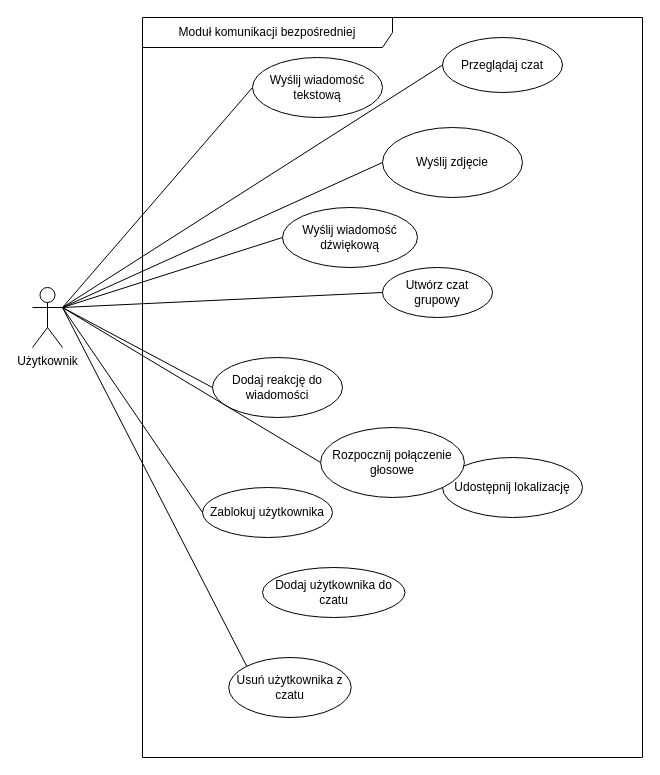
This is page "Page-1" (1 of 3) of mwo_lokalni_app.drawio from Haltie13/lokalni_app, a draw.io file, before an edit. Source tidied: cells renumbered, new cells numbered last; positions are measured from the earlier drawing's top-left corner, leaving out a move shared by most shapes. Both pictures are drawn from the tidied source at 100%, with x=0, y=0 at pixel (32, 17).
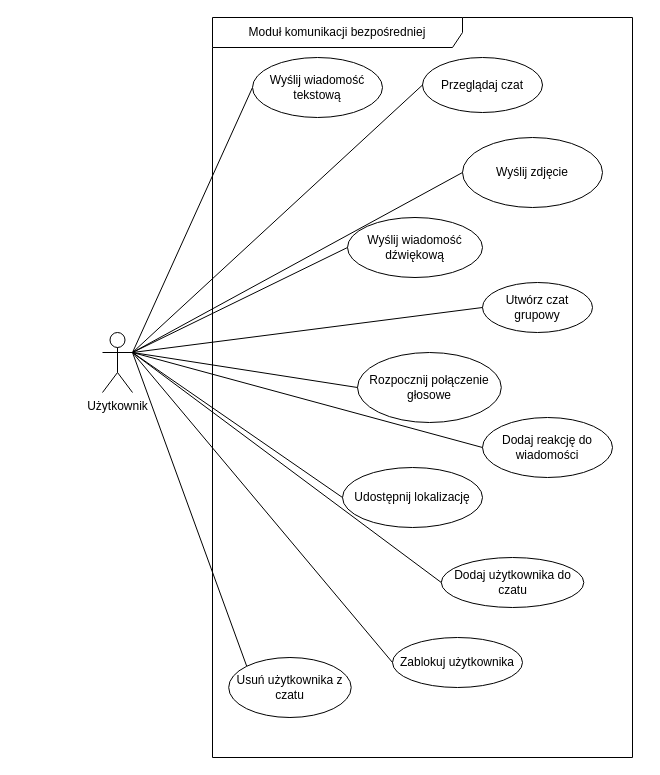
The same page after the edit.

Unchanged cells that the change refers to:
```xml
<mxCell id="7" value="Usuń użytkownika z czatu" style="ellipse;whiteSpace=wrap;html=1;" parent="1" vertex="1">
  <mxGeometry x="196.2" y="640" width="122.5" height="60" as="geometry" />
</mxCell>
```

The edit, as a diff of the source:
```diff
@@
     <mxCell id="2" value="Moduł komunikacji bezpośredniej" style="shape=umlFrame;whiteSpace=wrap;html=1;width=250;height=30;" parent="1" vertex="1">
-      <mxGeometry x="110" width="500" height="740" as="geometry" />
+      <mxGeometry x="180" width="420" height="740" as="geometry" />
     </mxCell>
@@
     <mxCell id="4" value="Użytkownik" style="shape=umlActor;verticalLabelPosition=bottom;verticalAlign=top;html=1;" parent="1" vertex="1">
-      <mxGeometry y="270" width="30" height="60" as="geometry" />
+      <mxGeometry x="70" y="315" width="30" height="60" as="geometry" />
     </mxCell>
     <mxCell id="5" value="Zablokuj użytkownika" style="ellipse;whiteSpace=wrap;html=1;" parent="1" vertex="1">
-      <mxGeometry x="170" y="470" width="130" height="50" as="geometry" />
+      <mxGeometry x="360" y="620" width="130" height="50" as="geometry" />
     </mxCell>
     <mxCell id="6" value="Dodaj użytkownika do czatu" style="ellipse;whiteSpace=wrap;html=1;" parent="1" vertex="1">
-      <mxGeometry x="230" y="550" width="142.5" height="50" as="geometry" />
+      <mxGeometry x="408.8" y="540" width="142.5" height="50" as="geometry" />
     </mxCell>
@@
     <mxCell id="8" value="Udostępnij lokalizację" style="ellipse;whiteSpace=wrap;html=1;" parent="1" vertex="1">
-      <mxGeometry x="410" y="440" width="140" height="60" as="geometry" />
+      <mxGeometry x="310" y="450" width="140" height="60" as="geometry" />
     </mxCell>
     <mxCell id="9" value="Przeglądaj czat" style="ellipse;whiteSpace=wrap;html=1;" parent="1" vertex="1">
-      <mxGeometry x="410" y="20" width="120" height="55" as="geometry" />
+      <mxGeometry x="390" y="40" width="120" height="55" as="geometry" />
     </mxCell>
@@
     <mxCell id="11" value="Wyślij zdjęcie" style="ellipse;whiteSpace=wrap;html=1;" parent="1" vertex="1">
-      <mxGeometry x="350" y="110" width="140" height="70" as="geometry" />
+      <mxGeometry x="430" y="120" width="140" height="70" as="geometry" />
     </mxCell>
     <mxCell id="12" value="Wyślij wiadomość dźwiękową" style="ellipse;whiteSpace=wrap;html=1;" parent="1" vertex="1">
-      <mxGeometry x="250" y="190" width="135" height="60" as="geometry" />
+      <mxGeometry x="315" y="200" width="135" height="60" as="geometry" />
     </mxCell>
     <mxCell id="13" value="Utwórz czat grupowy" style="ellipse;whiteSpace=wrap;html=1;" parent="1" vertex="1">
-      <mxGeometry x="350" y="250" width="110" height="50" as="geometry" />
+      <mxGeometry x="450" y="265" width="110" height="50" as="geometry" />
     </mxCell>
     <mxCell id="14" value="Dodaj reakcję do wiadomości" style="ellipse;whiteSpace=wrap;html=1;" parent="1" vertex="1">
-      <mxGeometry x="180" y="340" width="130" height="60" as="geometry" />
+      <mxGeometry x="450" y="400" width="130" height="60" as="geometry" />
     </mxCell>
     <mxCell id="15" value="Rozpocznij połączenie głosowe" style="ellipse;whiteSpace=wrap;html=1;" parent="1" vertex="1">
-      <mxGeometry x="288.1" y="410" width="143.8" height="70" as="geometry" />
+      <mxGeometry x="325" y="335" width="143.8" height="70" as="geometry" />
     </mxCell>
-    <mxCell id="16" style="rounded=0;jettySize=auto;html=1;entryX=0;entryY=0.5;entryDx=0;entryDy=0;endArrow=none;startFill=0;" parent="1" edge="1" target="9">
-      <mxGeometry relative="1" as="geometry">
-        <mxPoint x="30" y="290" as="sourcePoint" />
-      </mxGeometry>
+    <mxCell id="16" style="rounded=0;jettySize=auto;html=1;entryX=0;entryY=0.5;entryDx=0;entryDy=0;endArrow=none;startFill=0;exitX=1;exitY=0.3333333333333333;exitDx=0;exitDy=0;exitPerimeter=0;" parent="1" edge="1" source="4" target="9">
+      <mxGeometry relative="1" as="geometry" />
     </mxCell>
-    <mxCell id="17" style="rounded=0;jettySize=auto;html=1;entryX=0;entryY=0.5;entryDx=0;entryDy=0;endArrow=none;startFill=0;" parent="1" edge="1" target="11">
-      <mxGeometry relative="1" as="geometry">
-        <mxPoint x="30" y="290" as="sourcePoint" />
-      </mxGeometry>
+    <mxCell id="17" style="rounded=0;jettySize=auto;html=1;entryX=0;entryY=0.5;entryDx=0;entryDy=0;endArrow=none;startFill=0;exitX=1;exitY=0.3333333333333333;exitDx=0;exitDy=0;exitPerimeter=0;" parent="1" edge="1" source="4" target="11">
+      <mxGeometry relative="1" as="geometry" />
     </mxCell>
@@
-    <mxCell id="19" style="rounded=0;jettySize=auto;html=1;entryX=0;entryY=0.5;entryDx=0;entryDy=0;endArrow=none;startFill=0;" parent="1" edge="1" target="13">
-      <mxGeometry relative="1" as="geometry">
-        <mxPoint x="30" y="290" as="sourcePoint" />
-      </mxGeometry>
+    <mxCell id="19" style="rounded=0;jettySize=auto;html=1;entryX=0;entryY=0.5;entryDx=0;entryDy=0;endArrow=none;startFill=0;exitX=1;exitY=0.3333333333333333;exitDx=0;exitDy=0;exitPerimeter=0;" parent="1" edge="1" source="4" target="13">
+      <mxGeometry relative="1" as="geometry" />
     </mxCell>
-    <mxCell id="20" style="rounded=0;jettySize=auto;html=1;entryX=0;entryY=0.5;entryDx=0;entryDy=0;endArrow=none;startFill=0;" parent="1" edge="1" target="14">
-      <mxGeometry relative="1" as="geometry">
-        <mxPoint x="30" y="290" as="sourcePoint" />
-      </mxGeometry>
+    <mxCell id="20" style="rounded=0;jettySize=auto;html=1;entryX=0;entryY=0.5;entryDx=0;entryDy=0;endArrow=none;startFill=0;exitX=1;exitY=0.3333333333333333;exitDx=0;exitDy=0;exitPerimeter=0;" parent="1" edge="1" source="4" target="14">
+      <mxGeometry relative="1" as="geometry" />
     </mxCell>
-    <mxCell id="21" style="rounded=0;jettySize=auto;html=1;entryX=0;entryY=0.5;entryDx=0;entryDy=0;endArrow=none;startFill=0;" parent="1" edge="1" target="15">
-      <mxGeometry relative="1" as="geometry">
-        <mxPoint x="30" y="290" as="sourcePoint" />
-      </mxGeometry>
+    <mxCell id="21" style="rounded=0;jettySize=auto;html=1;entryX=0;entryY=0.5;entryDx=0;entryDy=0;endArrow=none;startFill=0;exitX=1;exitY=0.3333333333333333;exitDx=0;exitDy=0;exitPerimeter=0;" parent="1" edge="1" source="4" target="15">
+      <mxGeometry relative="1" as="geometry" />
     </mxCell>
-    <mxCell id="22" style="rounded=0;jettySize=auto;html=1;entryX=0;entryY=0.5;entryDx=0;entryDy=0;endArrow=none;startFill=0;" parent="1" edge="1" target="5">
-      <mxGeometry relative="1" as="geometry">
-        <mxPoint x="30" y="290" as="sourcePoint" />
-      </mxGeometry>
+    <mxCell id="22" style="rounded=0;jettySize=auto;html=1;entryX=0;entryY=0.5;entryDx=0;entryDy=0;endArrow=none;startFill=0;exitX=1;exitY=0.3333333333333333;exitDx=0;exitDy=0;exitPerimeter=0;" parent="1" edge="1" source="4" target="5">
+      <mxGeometry relative="1" as="geometry" />
     </mxCell>
-    <mxCell id="23" style="rounded=0;jettySize=auto;html=1;entryX=0;entryY=0;entryDx=0;entryDy=0;endArrow=none;startFill=0;" parent="1" edge="1" target="7">
-      <mxGeometry relative="1" as="geometry">
-        <mxPoint x="30" y="290" as="sourcePoint" />
-      </mxGeometry>
+    <mxCell id="23" style="rounded=0;jettySize=auto;html=1;entryX=0;entryY=0;entryDx=0;entryDy=0;endArrow=none;startFill=0;exitX=1;exitY=0.3333333333333333;exitDx=0;exitDy=0;exitPerimeter=0;" parent="1" edge="1" source="4" target="7">
+      <mxGeometry relative="1" as="geometry" />
     </mxCell>
+    <mxCell id="24" style="rounded=0;jettySize=auto;html=1;exitX=1;exitY=0.3333333333333333;exitDx=0;exitDy=0;exitPerimeter=0;entryX=0;entryY=0.5;entryDx=0;entryDy=0;endArrow=none;startFill=0;" parent="1" edge="1" source="4" target="8">
+      <mxGeometry relative="1" as="geometry" />
+    </mxCell>
+    <mxCell id="25" style="rounded=0;jettySize=auto;html=1;entryX=0;entryY=0.5;entryDx=0;entryDy=0;endArrow=none;startFill=0;exitX=1;exitY=0.3333333333333333;exitDx=0;exitDy=0;exitPerimeter=0;" parent="1" edge="1" source="4" target="6">
+      <mxGeometry relative="1" as="geometry" />
+    </mxCell>
```
